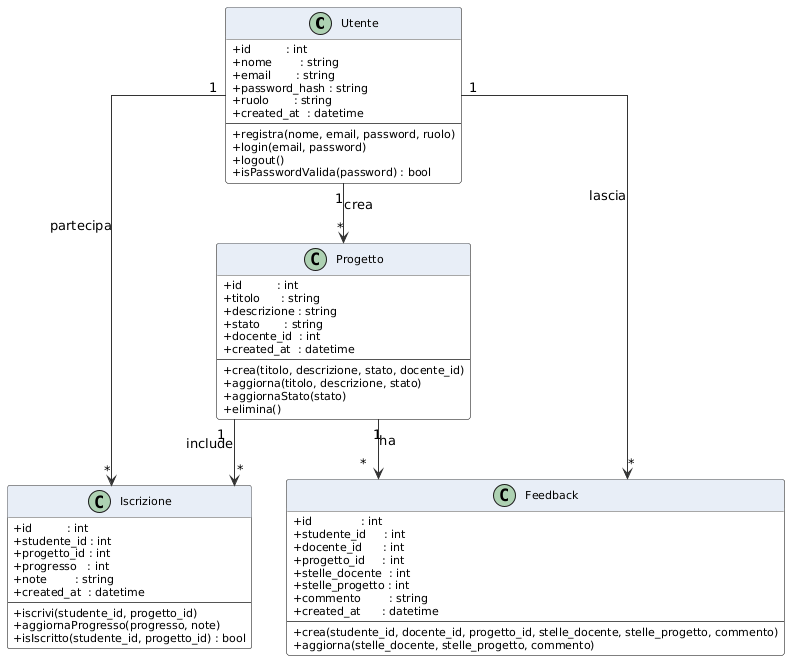
Above: assets/uml.png in KamilIbragimov/Progetto_Di_Fine_Anno-2026 (PlantUML), before the change.
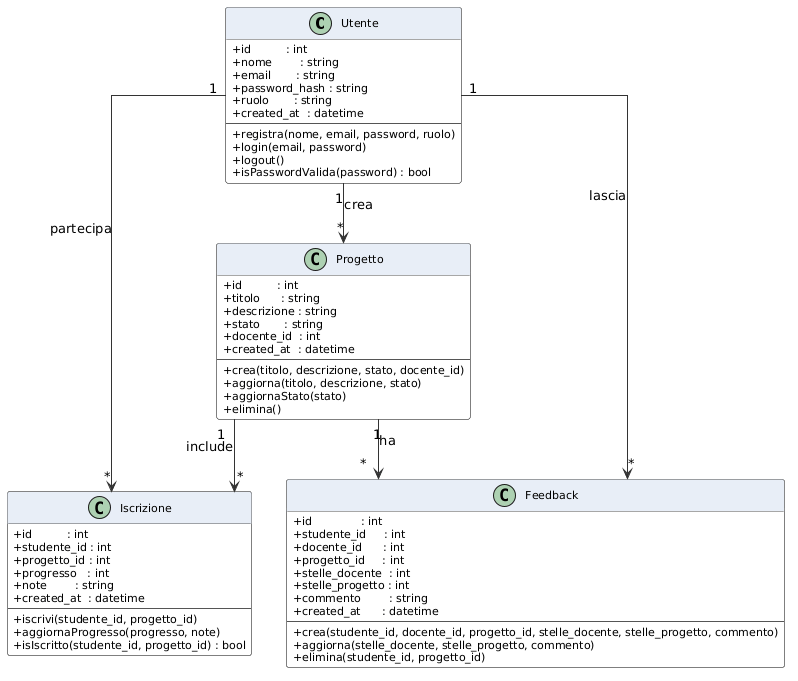
Later version of the same file.

Diff of the diagram source:
```diff
@@ -65,6 +65,7 @@
     --
     +crea(studente_id, docente_id, progetto_id, stelle_docente, stelle_progetto, commento)
     +aggiorna(stelle_docente, stelle_progetto, commento)
+    +elimina(studente_id, progetto_id)
 }
 
 Utente    "1" --> "*" Progetto   : crea
```
